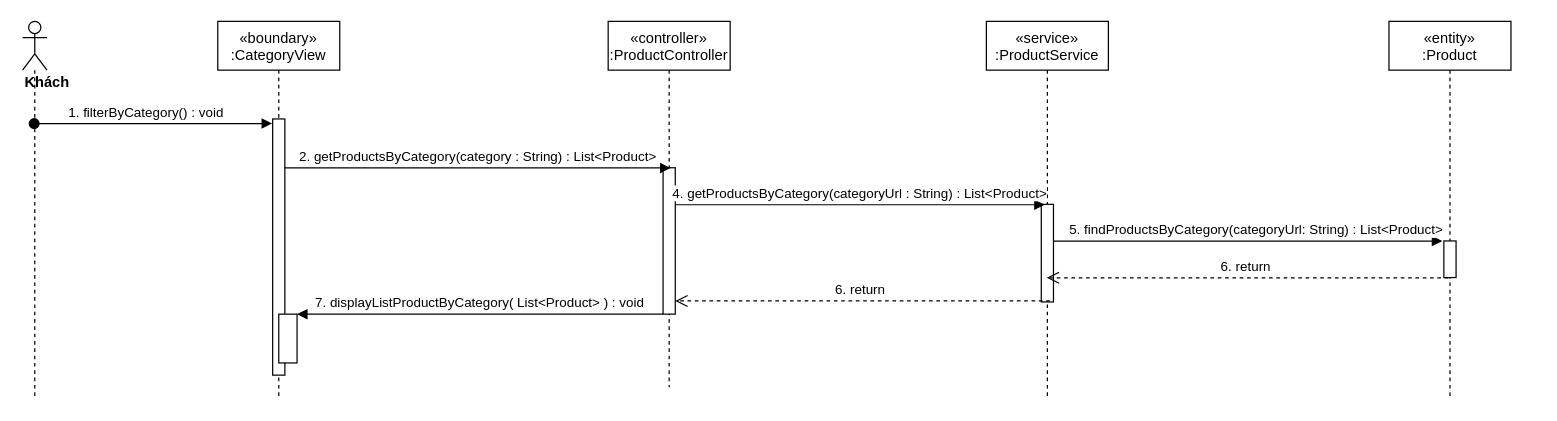
This is sequence diagram/getProductByCategory-seqence.drawio from nguyenphamvan/datn_20202, a draw.io file, before an edit. Source tidied: cells renumbered, new cells numbered last; positions are measured from the earlier drawing's top-left corner, leaving out a move shared by most shapes. Both pictures are drawn from the tidied source at 122%, with x=0, y=0 at pixel (22, 21).
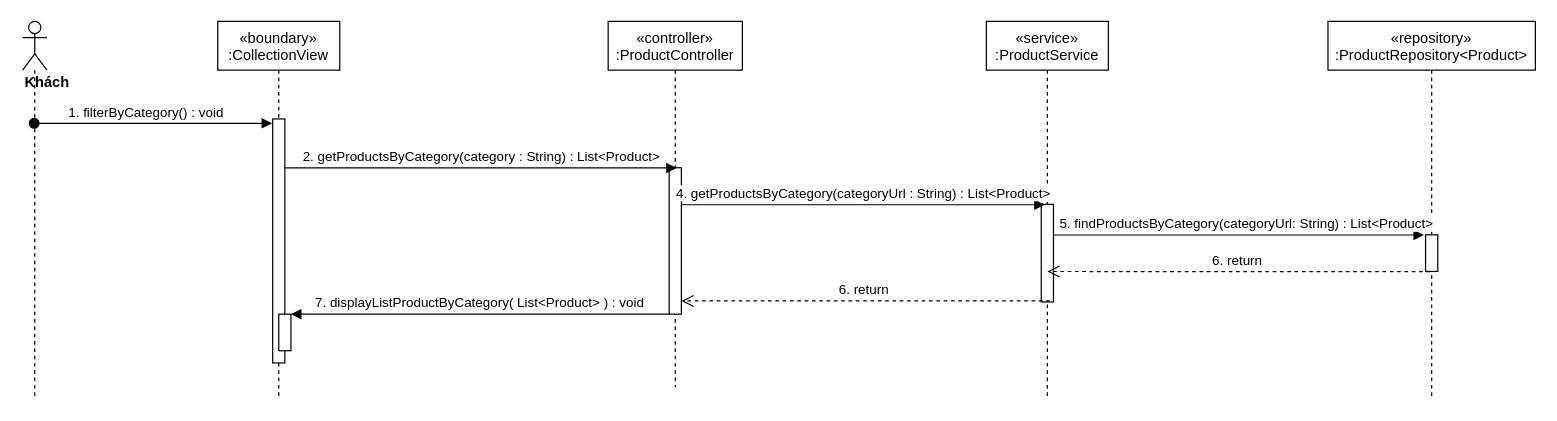
The same diagram, later.

The edit, as a diff of the source:
```diff
@@
 <mxGraphModel>
   <root>
     <mxCell id="0" />
     <mxCell id="1" parent="0" />
-    <mxCell id="2" value="«boundary»&#10;:CategoryView" style="shape=umlLifeline;perimeter=lifelinePerimeter;rounded=0;shadow=0;strokeWidth=1;" parent="1" vertex="1">
+    <mxCell id="2" value="«boundary»&#10;:CollectionView" style="shape=umlLifeline;perimeter=lifelinePerimeter;rounded=0;shadow=0;strokeWidth=1;" parent="1" vertex="1">
       <mxGeometry x="160" width="100" height="310" as="geometry" />
     </mxCell>
     <mxCell id="3" style="points=[];perimeter=orthogonalPerimeter;rounded=0;shadow=0;strokeWidth=1;" parent="2" vertex="1">
-      <mxGeometry x="45" y="80" width="10" height="210" as="geometry" />
+      <mxGeometry x="45" y="80" width="10" height="200" as="geometry" />
     </mxCell>
     <mxCell id="4" style="html=1;points=[];perimeter=orthogonalPerimeter;" parent="2" vertex="1">
-      <mxGeometry x="50" y="240" width="15" height="40" as="geometry" />
+      <mxGeometry x="50" y="240" width="10" height="30" as="geometry" />
     </mxCell>
     <mxCell id="5" value="«controller»&#10;:ProductController" style="shape=umlLifeline;perimeter=lifelinePerimeter;rounded=0;shadow=0;strokeWidth=1;" parent="1" vertex="1">
-      <mxGeometry x="480" width="100" height="300" as="geometry" />
+      <mxGeometry x="480" width="110" height="300" as="geometry" />
     </mxCell>
     <mxCell id="6" style="points=[];perimeter=orthogonalPerimeter;rounded=0;shadow=0;strokeWidth=1;" parent="5" vertex="1">
-      <mxGeometry x="45" y="120" width="10" height="120" as="geometry" />
+      <mxGeometry x="50" y="120" width="10" height="120" as="geometry" />
     </mxCell>
     <mxCell id="7" value="&lt;div&gt;&lt;b&gt;Khách&lt;/b&gt;&lt;/div&gt;" style="shape=umlLifeline;participant=umlActor;perimeter=lifelinePerimeter;whiteSpace=wrap;html=1;verticalAlign=top;spacingTop=36;outlineConnect=0;align=left;" parent="1" vertex="1">
       <mxGeometry width="20" height="310" as="geometry" />
     </mxCell>
     <mxCell id="8" value="1. filterByCategory() : void" style="verticalAlign=bottom;startArrow=oval;endArrow=block;startSize=8;shadow=0;strokeWidth=1;entryX=-0.05;entryY=0.018;entryDx=0;entryDy=0;entryPerimeter=0;" parent="1" edge="1" source="7" target="3">
       <mxGeometry x="-0.06" relative="1" as="geometry" />
     </mxCell>
     <mxCell id="9" value="«service»&#10;:ProductService" style="shape=umlLifeline;perimeter=lifelinePerimeter;rounded=0;shadow=0;strokeWidth=1;" parent="1" vertex="1">
       <mxGeometry x="790" width="100" height="310" as="geometry" />
     </mxCell>
     <mxCell id="10" style="points=[];perimeter=orthogonalPerimeter;rounded=0;shadow=0;strokeWidth=1;" parent="9" vertex="1">
       <mxGeometry x="45" y="150" width="10" height="80" as="geometry" />
     </mxCell>
     <mxCell id="11" value="2. getProductsByCategory(category : String) : List&amp;lt;Product&amp;gt;" style="html=1;verticalAlign=bottom;endArrow=block;entryX=0.617;entryY=0.001;entryDx=0;entryDy=0;entryPerimeter=0;" parent="1" edge="1" source="3" target="6">
       <mxGeometry relative="1" as="geometry" />
     </mxCell>
     <mxCell id="12" value="4. getProductsByCategory(categoryUrl : String) : List&amp;lt;Product&amp;gt;" style="html=1;verticalAlign=bottom;endArrow=block;entryX=0.283;entryY=0.004;entryDx=0;entryDy=0;entryPerimeter=0;" parent="1" edge="1" source="6" target="10">
       <mxGeometry relative="1" as="geometry" />
     </mxCell>
-    <mxCell id="13" value="«entity»&#10;:Product" style="shape=umlLifeline;perimeter=lifelinePerimeter;rounded=0;shadow=0;strokeWidth=1;" parent="1" vertex="1">
-      <mxGeometry x="1120" width="100" height="310" as="geometry" />
+    <mxCell id="13" value="«repository»&#10;:ProductRepository&lt;Product&gt;" style="shape=umlLifeline;perimeter=lifelinePerimeter;rounded=0;shadow=0;strokeWidth=1;" parent="1" vertex="1">
+      <mxGeometry x="1070" width="170" height="310" as="geometry" />
     </mxCell>
     <mxCell id="14" style="points=[];perimeter=orthogonalPerimeter;rounded=0;shadow=0;strokeWidth=1;" parent="13" vertex="1">
-      <mxGeometry x="45" y="180" width="10" height="30" as="geometry" />
+      <mxGeometry x="80" y="175" width="10" height="30" as="geometry" />
     </mxCell>
     <mxCell id="15" value="5. findProductsByCategory(categoryUrl: String) : List&amp;lt;Product&amp;gt;" style="html=1;verticalAlign=bottom;endArrow=block;entryX=-0.133;entryY=0.004;entryDx=0;entryDy=0;entryPerimeter=0;" parent="1" edge="1" source="10" target="14">
       <mxGeometry x="0.04" relative="1" as="geometry" />
     </mxCell>
-    <mxCell id="16" value="6. return&amp;nbsp;" style="html=1;verticalAlign=bottom;endArrow=open;dashed=1;endSize=8;exitX=0.367;exitY=1.006;exitDx=0;exitDy=0;exitPerimeter=0;" parent="1" edge="1" source="14" target="9">
+    <mxCell id="16" value="6. return&amp;nbsp;" style="html=1;verticalAlign=bottom;endArrow=open;dashed=1;endSize=8;exitX=0.367;exitY=1.006;exitDx=0;exitDy=0;exitPerimeter=0;entryX=0.5;entryY=0.688;entryDx=0;entryDy=0;entryPerimeter=0;" parent="1" edge="1" source="14" target="10">
       <mxGeometry relative="1" as="geometry" />
     </mxCell>
     <mxCell id="17" value="6. return&amp;nbsp;" style="html=1;verticalAlign=bottom;endArrow=open;dashed=1;endSize=8;exitX=0.7;exitY=0.99;exitDx=0;exitDy=0;exitPerimeter=0;" parent="1" edge="1" source="10" target="6">
       <mxGeometry relative="1" as="geometry" />
     </mxCell>
     <mxCell id="18" value="7. displayListProductByCategory( List&lt;Product&gt; ) : void" style="verticalAlign=bottom;endArrow=block;shadow=0;strokeWidth=1;" parent="1" edge="1" source="6" target="4">
       <mxGeometry relative="1" as="geometry" />
     </mxCell>
   </root>
 </mxGraphModel>
```
